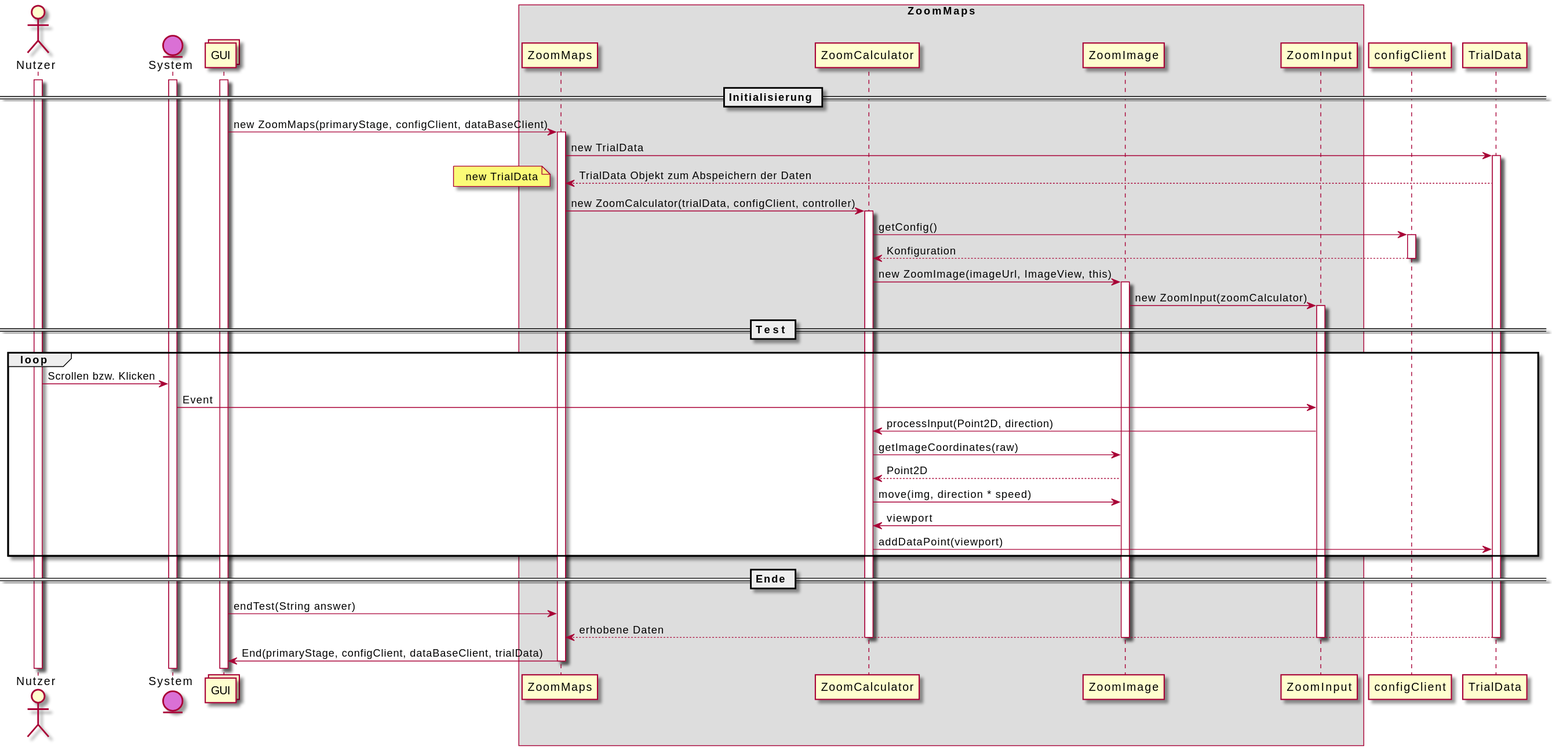
Above: uml-sequence/zoommaps/sequenz-zoommaps.svg in weichware-10/dokumente (PlantUML), before the change.
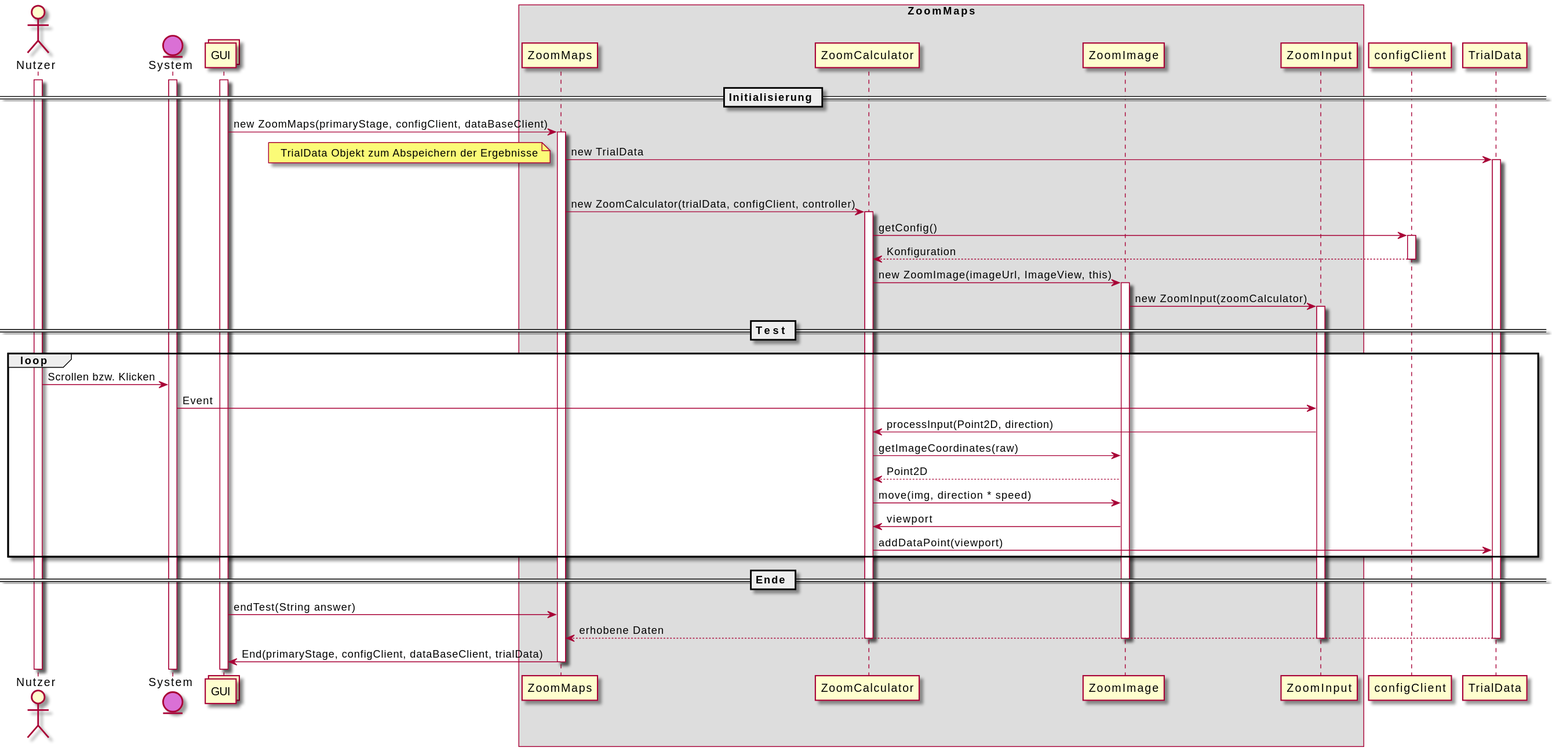
After the change.

Commit message:
[chore] rendered SVGs

Diff of the diagram source:
```diff
@@ -26,8 +26,7 @@
 
 zm -> td : new TrialData
 activate td
-td --> zm : TrialData Objekt zum Abspeichern der Daten
-note left : new TrialData
+note left: TrialData Objekt zum Abspeichern der Ergebnisse
 deactivate c
 
 zm -> zc : new ZoomCalculator(trialData, configClient, controller)
```
